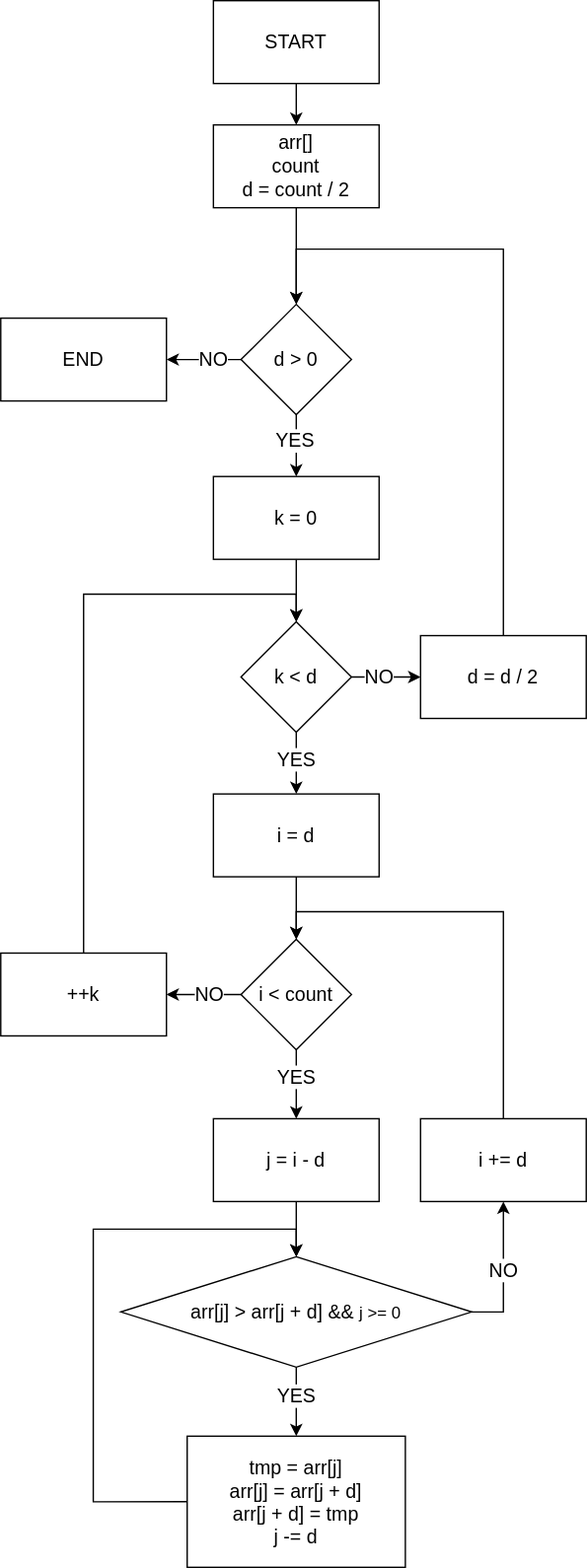
The draw.io diagram diagram/algorithm.svg in KATEHOK/par_prog-3, before a commit. Source tidied: cells renumbered, new cells last; positions are measured from the earlier drawing's top-left corner, leaving out a move shared by most shapes.
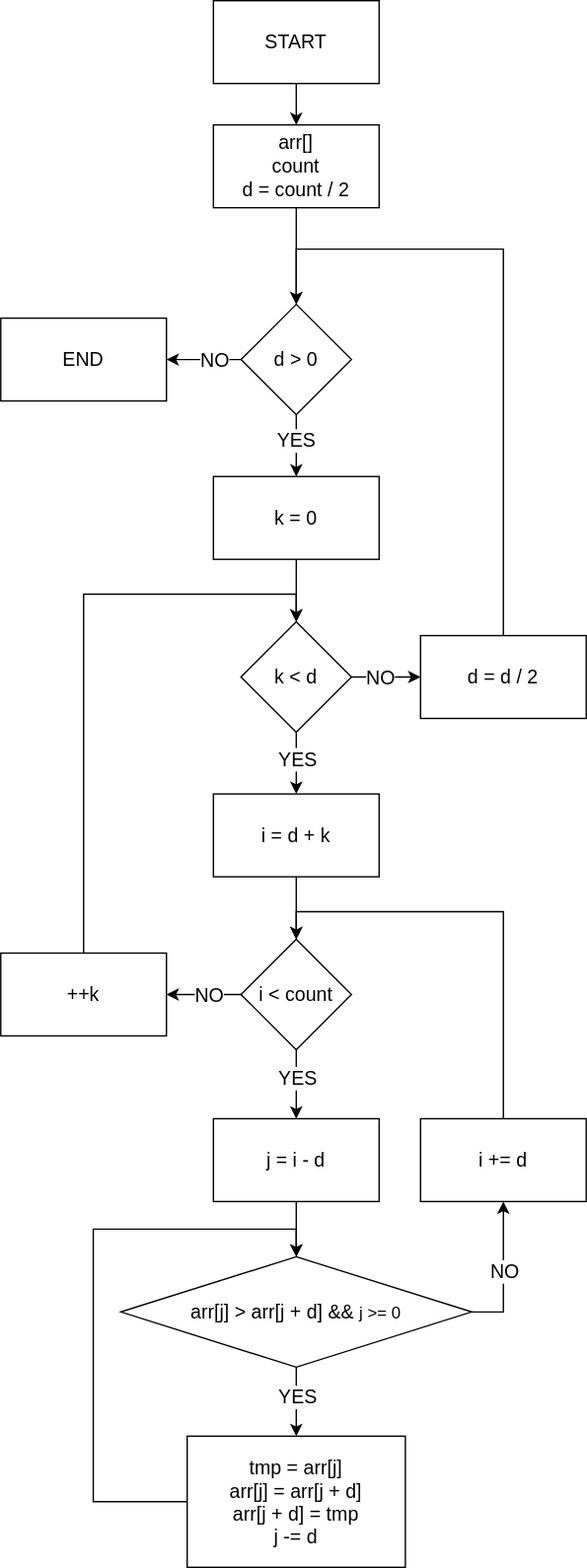
After the change.

Change to the diagram source:
```diff
@@ -37,7 +37,7 @@
     <mxCell id="12" style="edgeStyle=orthogonalEdgeStyle;rounded=0;jettySize=auto;html=1;exitX=0.5;exitY=1;exitDx=0;exitDy=0;entryX=0.5;entryY=0;entryDx=0;entryDy=0;" parent="1" edge="1" source="13" target="27">
       <mxGeometry relative="1" as="geometry" />
     </mxCell>
-    <mxCell id="13" value="&lt;font style=&quot;font-size: 14px;&quot;&gt;i = d&lt;br&gt;&lt;/font&gt;" style="rounded=0;whiteSpace=wrap;html=1;" parent="1" vertex="1">
+    <mxCell id="13" value="&lt;font style=&quot;font-size: 14px;&quot;&gt;i = d + k&lt;br&gt;&lt;/font&gt;" style="rounded=0;whiteSpace=wrap;html=1;" parent="1" vertex="1">
       <mxGeometry x="154" y="574.7" width="120" height="60" as="geometry" />
     </mxCell>
     <mxCell id="14" style="edgeStyle=orthogonalEdgeStyle;rounded=0;jettySize=auto;html=1;exitX=0.5;exitY=0;exitDx=0;exitDy=0;entryX=0.5;entryY=0;entryDx=0;entryDy=0;" parent="1" edge="1" source="15" target="10">
```
